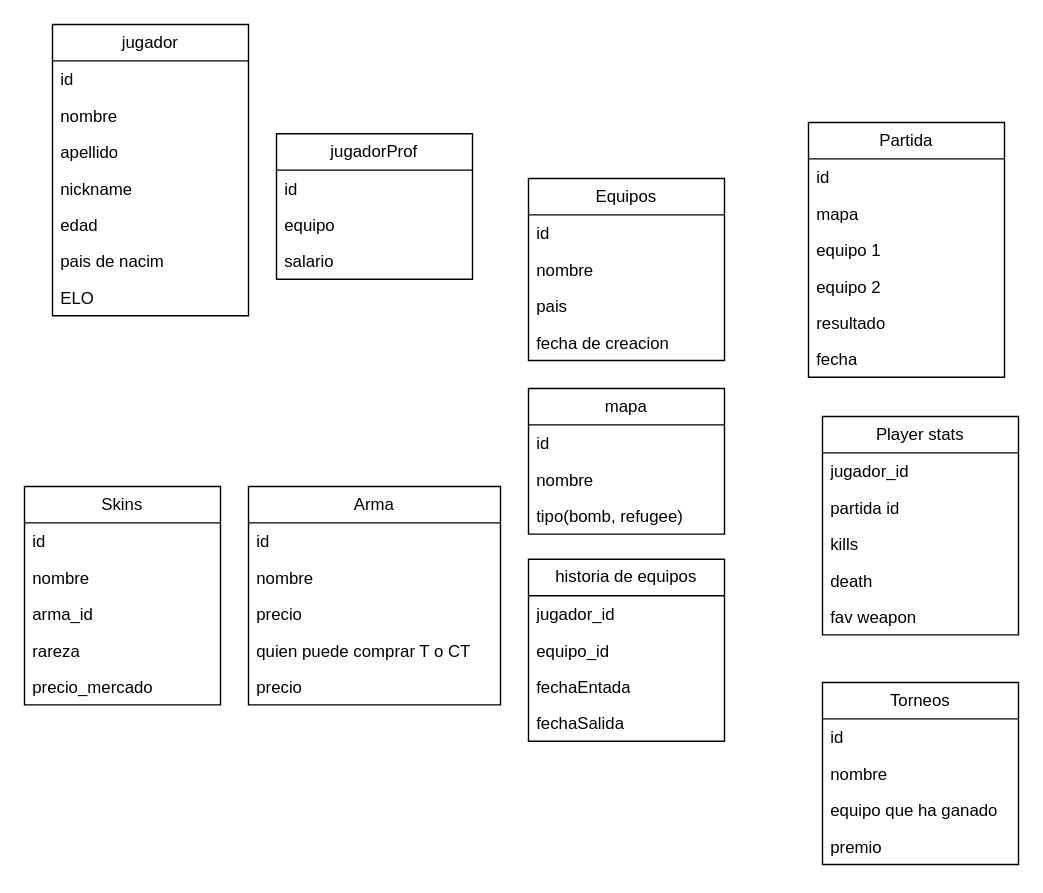
This is BD/PROYECTO FINAL/Diagrama.drawio from krypton1312/AulaCampus, a draw.io file, before an edit. Source tidied: cells renumbered, new cells numbered last; positions are measured from the earlier drawing's top-left corner, leaving out a move shared by most shapes. Both pictures are drawn from the tidied source at 140%, with x=0, y=0 at pixel (24, 24).
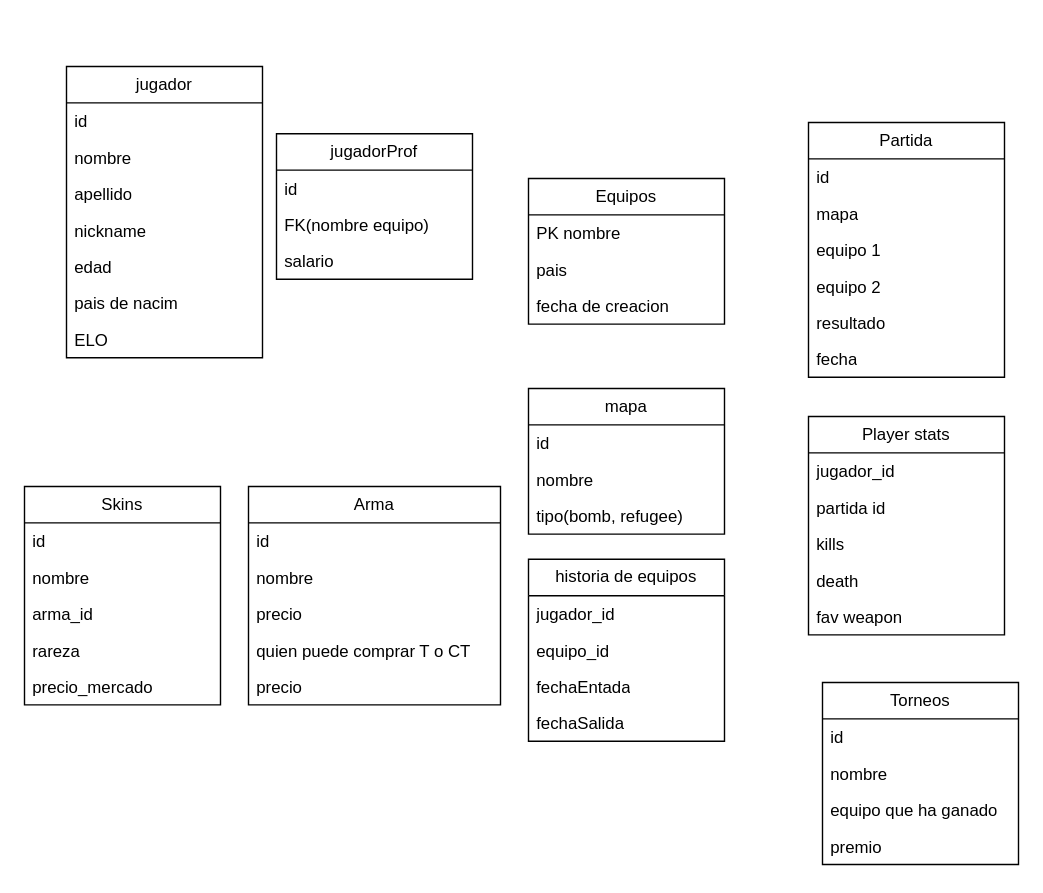
After the change.

Unchanged cells that the change refers to:
```xml
<mxCell id="48" value="jugadorProf" style="swimlane;fontStyle=0;horizontal=1;startSize=26;fillColor=none;whiteSpace=wrap;html=1;" parent="1" vertex="1">
  <mxGeometry x="180" y="78" width="140" height="104" as="geometry" />
</mxCell>
```

Change to the diagram source:
```diff
@@
     <mxCell id="2" value="jugador" style="swimlane;fontStyle=0;horizontal=1;startSize=26;fillColor=none;whiteSpace=wrap;html=1;" parent="1" vertex="1">
-      <mxGeometry x="20" width="140" height="208" as="geometry" />
+      <mxGeometry x="30" y="30" width="140" height="208" as="geometry" />
     </mxCell>
@@
     <mxCell id="10" value="Equipos" style="swimlane;fontStyle=0;horizontal=1;startSize=26;fillColor=none;whiteSpace=wrap;html=1;" parent="1" vertex="1">
-      <mxGeometry x="360" y="110" width="140" height="130" as="geometry" />
+      <mxGeometry x="360" y="110" width="140" height="104" as="geometry" />
     </mxCell>
-    <mxCell id="11" value="id" style="text;strokeColor=none;fillColor=none;align=left;verticalAlign=top;spacingLeft=4;spacingRight=4;overflow=hidden;whiteSpace=wrap;html=1;" parent="10" vertex="1">
-      <mxGeometry y="26" width="140" height="26" as="geometry" />
-    </mxCell>
-    <mxCell id="12" value="nombre" style="text;strokeColor=none;fillColor=none;align=left;verticalAlign=top;spacingLeft=4;spacingRight=4;overflow=hidden;whiteSpace=wrap;html=1;" parent="10" vertex="1">
-      <mxGeometry y="52" width="140" height="26" as="geometry" />
+    <mxCell id="12" value="PK nombre" style="text;strokeColor=none;fillColor=none;align=left;verticalAlign=top;spacingLeft=4;spacingRight=4;overflow=hidden;whiteSpace=wrap;html=1;" parent="10" vertex="1">
+      <mxGeometry y="26" width="140" height="26" as="geometry" />
     </mxCell>
     <mxCell id="13" value="pais&amp;nbsp;" style="text;strokeColor=none;fillColor=none;align=left;verticalAlign=top;spacingLeft=4;spacingRight=4;overflow=hidden;whiteSpace=wrap;html=1;" parent="10" vertex="1">
-      <mxGeometry y="78" width="140" height="26" as="geometry" />
+      <mxGeometry y="52" width="140" height="26" as="geometry" />
     </mxCell>
     <mxCell id="14" value="fecha de creacion" style="text;strokeColor=none;fillColor=none;align=left;verticalAlign=top;spacingLeft=4;spacingRight=4;overflow=hidden;whiteSpace=wrap;html=1;" parent="10" vertex="1">
-      <mxGeometry y="104" width="140" height="26" as="geometry" />
+      <mxGeometry y="78" width="140" height="26" as="geometry" />
     </mxCell>
@@
     <mxCell id="32" value="Player stats" style="swimlane;fontStyle=0;horizontal=1;startSize=26;fillColor=none;whiteSpace=wrap;html=1;" parent="1" vertex="1">
-      <mxGeometry x="570" y="280" width="140" height="156" as="geometry" />
+      <mxGeometry x="560" y="280" width="140" height="156" as="geometry" />
     </mxCell>
@@
-    <mxCell id="50" value="equipo" style="text;strokeColor=none;fillColor=none;align=left;verticalAlign=top;spacingLeft=4;spacingRight=4;overflow=hidden;whiteSpace=wrap;html=1;" parent="48" vertex="1">
+    <mxCell id="50" value="FK(nombre equipo)" style="text;strokeColor=none;fillColor=none;align=left;verticalAlign=top;spacingLeft=4;spacingRight=4;overflow=hidden;whiteSpace=wrap;html=1;" parent="48" vertex="1">
       <mxGeometry y="52" width="140" height="26" as="geometry" />
     </mxCell>
```
